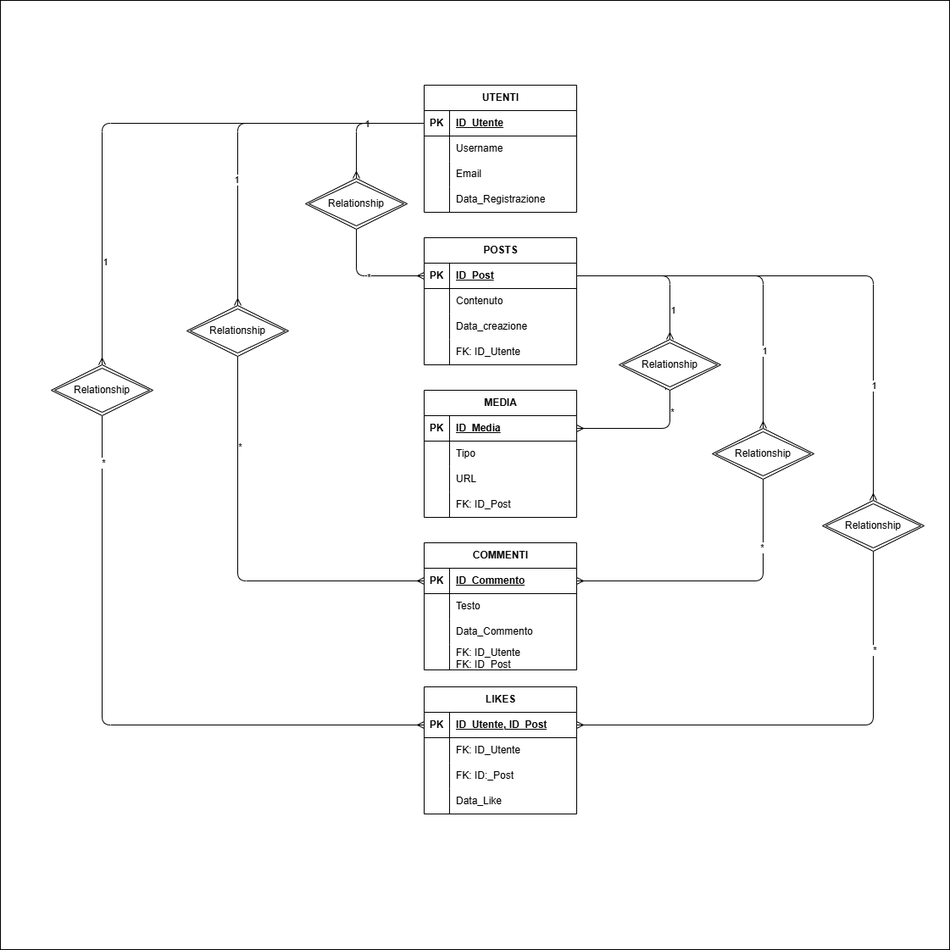
Before: diagram.png, a diagram exported from draw.io (andrealoda/db-challenge). Source tidied: cells renumbered, new cells last; positions are measured from the earlier drawing's top-left corner, leaving out a move shared by most shapes.
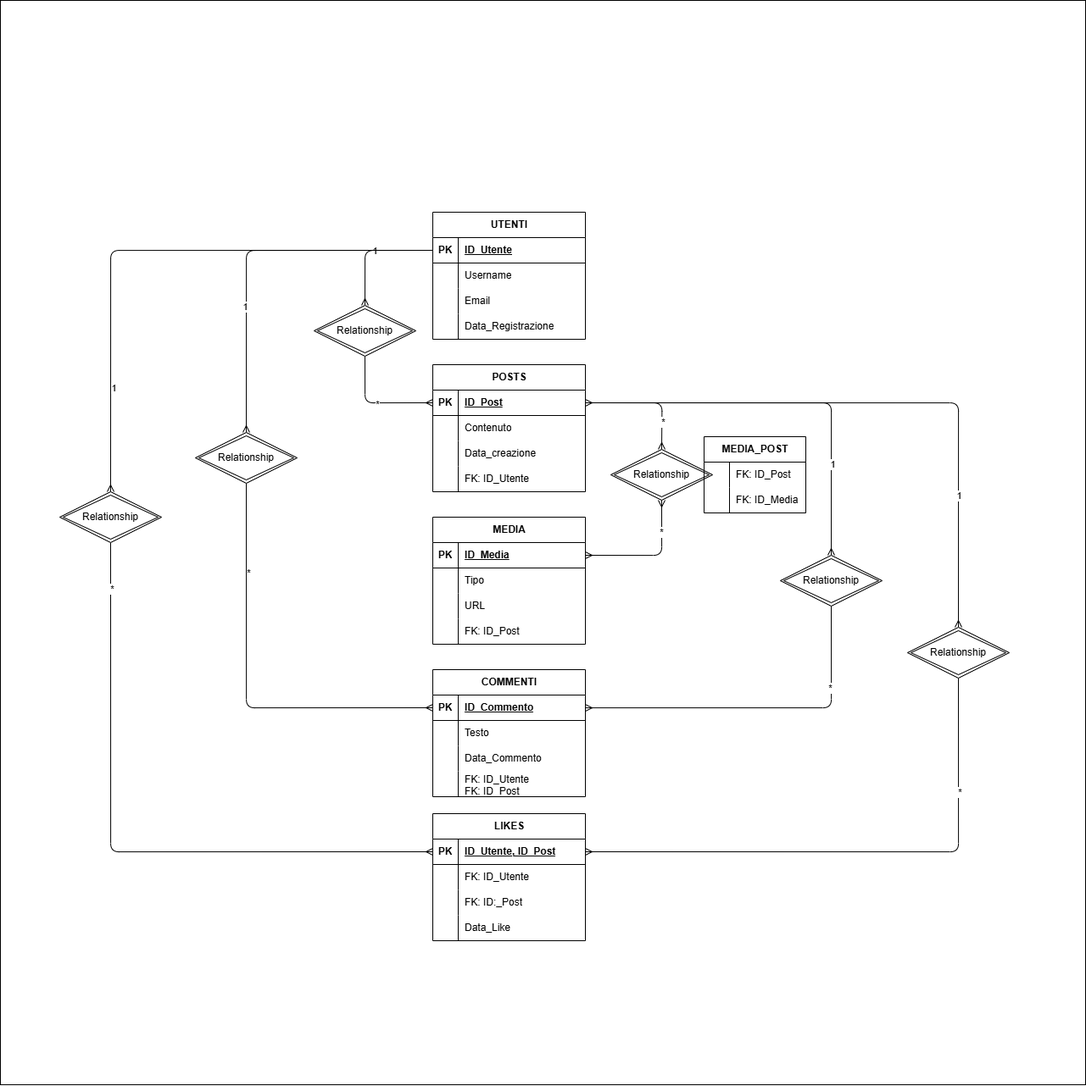
Later version of the same file.

Diff of the diagram source:
```diff
@@ -2,9 +2,9 @@
   <root>
     <mxCell id="0" />
     <mxCell id="1" parent="0" />
-    <mxCell id="2" style="whiteSpace=wrap;html=1;" parent="1" vertex="1">
-      <mxGeometry width="1120" height="1120" as="geometry" />
-    </mxCell>
+    <mxCell id="98" style="whiteSpace=wrap;html=1;" parent="1" vertex="1">
+      <mxGeometry x="-10" y="-150" width="1280" height="1280" as="geometry" />
+    </mxCell>
     <mxCell id="3" value="UTENTI" style="shape=table;startSize=30;rowLines=0;fontStyle=1;align=center;html=1;" parent="1" vertex="1">
       <mxGeometry x="500" y="100" width="180" height="150" as="geometry" />
     </mxCell>
@@ -203,7 +203,7 @@
     <mxCell id="68" style="edgeStyle=orthogonalEdgeStyle;fontSize=12;html=1;endArrow=ERmany;exitX=0.5;exitY=1;exitDx=0;exitDy=0;" parent="1" edge="1" source="94" target="43">
       <mxGeometry relative="1" as="geometry">
         <Array as="points">
-          <mxPoint x="900" y="685" />
+          <mxPoint x="970" y="685" />
         </Array>
       </mxGeometry>
     </mxCell>
@@ -213,24 +213,13 @@
     <mxCell id="70" style="edgeStyle=orthogonalEdgeStyle;fontSize=12;html=1;endArrow=ERmany;exitX=0.5;exitY=1;exitDx=0;exitDy=0;entryX=1;entryY=0.5;entryDx=0;entryDy=0;" parent="1" edge="1" source="97" target="56">
       <mxGeometry relative="1" as="geometry">
         <Array as="points">
-          <mxPoint x="1030" y="855" />
+          <mxPoint x="1120" y="855" />
         </Array>
       </mxGeometry>
     </mxCell>
     <mxCell id="71" value="*" style="edgeLabel;html=1;align=center;verticalAlign=middle;" parent="70" vertex="1">
       <mxGeometry x="-0.58" y="1" relative="1" as="geometry" />
     </mxCell>
-    <mxCell id="72" style="edgeStyle=orthogonalEdgeStyle;fontSize=12;html=1;endArrow=ERmany;exitX=0.458;exitY=0.989;exitDx=0;exitDy=0;entryX=1;entryY=0.5;entryDx=0;entryDy=0;exitPerimeter=0;" parent="1" edge="1" source="91" target="30">
-      <mxGeometry relative="1" as="geometry">
-        <Array as="points">
-          <mxPoint x="790" y="449" />
-          <mxPoint x="790" y="505" />
-        </Array>
-      </mxGeometry>
-    </mxCell>
-    <mxCell id="73" value="*" style="edgeLabel;html=1;align=center;verticalAlign=middle;" parent="72" vertex="1">
-      <mxGeometry x="-0.42" y="2" relative="1" as="geometry" />
-    </mxCell>
     <mxCell id="74" style="edgeStyle=orthogonalEdgeStyle;fontSize=12;html=1;endArrow=ERmany;exitX=0.5;exitY=1;exitDx=0;exitDy=0;entryX=0;entryY=0.5;entryDx=0;entryDy=0;" parent="1" edge="1" source="78" target="17">
       <mxGeometry relative="1" as="geometry">
         <Array as="points">
@@ -300,23 +289,10 @@
     <mxCell id="88" value="Relationship" style="shape=rhombus;double=1;perimeter=rhombusPerimeter;whiteSpace=wrap;html=1;align=center;" parent="1" vertex="1">
       <mxGeometry x="60" y="430" width="120" height="60" as="geometry" />
     </mxCell>
-    <mxCell id="89" style="edgeStyle=orthogonalEdgeStyle;fontSize=12;html=1;endArrow=ERmany;exitX=1;exitY=0.5;exitDx=0;exitDy=0;entryX=0.5;entryY=0;entryDx=0;entryDy=0;" parent="1" edge="1" source="17" target="91">
-      <mxGeometry relative="1" as="geometry">
-        <Array as="points">
-          <mxPoint x="790" y="325" />
-        </Array>
-      </mxGeometry>
-    </mxCell>
-    <mxCell id="90" value="1" style="edgeLabel;html=1;align=center;verticalAlign=middle;" parent="89" vertex="1">
-      <mxGeometry x="0.62" y="3" relative="1" as="geometry" />
-    </mxCell>
-    <mxCell id="91" value="Relationship" style="shape=rhombus;double=1;perimeter=rhombusPerimeter;whiteSpace=wrap;html=1;align=center;" parent="1" vertex="1">
-      <mxGeometry x="730" y="400" width="120" height="60" as="geometry" />
-    </mxCell>
-    <mxCell id="92" style="edgeStyle=orthogonalEdgeStyle;fontSize=12;html=1;endArrow=ERmany;exitX=1;exitY=0.5;exitDx=0;exitDy=0;" parent="1" edge="1" source="17" target="94">
+    <mxCell id="92" style="edgeStyle=orthogonalEdgeStyle;fontSize=12;html=1;endArrow=ERmany;exitX=1;exitY=0.5;exitDx=0;exitDy=0;entryX=0.5;entryY=0;entryDx=0;entryDy=0;" parent="1" edge="1" source="17" target="94">
       <mxGeometry relative="1" as="geometry">
         <Array as="points">
-          <mxPoint x="900" y="325" />
+          <mxPoint x="970" y="325" />
         </Array>
       </mxGeometry>
     </mxCell>
@@ -324,12 +300,12 @@
       <mxGeometry x="0.54" y="1" relative="1" as="geometry" />
     </mxCell>
     <mxCell id="94" value="Relationship" style="shape=rhombus;double=1;perimeter=rhombusPerimeter;whiteSpace=wrap;html=1;align=center;" parent="1" vertex="1">
-      <mxGeometry x="840" y="505" width="120" height="60" as="geometry" />
+      <mxGeometry x="910" y="505" width="120" height="60" as="geometry" />
     </mxCell>
     <mxCell id="95" style="edgeStyle=orthogonalEdgeStyle;fontSize=12;html=1;endArrow=ERmany;exitX=1;exitY=0.5;exitDx=0;exitDy=0;entryX=0.5;entryY=0;entryDx=0;entryDy=0;" parent="1" edge="1" source="17" target="97">
       <mxGeometry relative="1" as="geometry">
         <Array as="points">
-          <mxPoint x="1030" y="325" />
+          <mxPoint x="1120" y="325" />
         </Array>
       </mxGeometry>
     </mxCell>
@@ -337,7 +313,45 @@
       <mxGeometry x="0.56" relative="1" as="geometry" />
     </mxCell>
     <mxCell id="97" value="Relationship" style="shape=rhombus;double=1;perimeter=rhombusPerimeter;whiteSpace=wrap;html=1;align=center;" parent="1" vertex="1">
-      <mxGeometry x="970" y="590" width="120" height="60" as="geometry" />
+      <mxGeometry x="1060" y="590" width="120" height="60" as="geometry" />
     </mxCell>
+    <mxCell id="99" style="edgeStyle=orthogonalEdgeStyle;fontSize=12;html=1;endArrow=ERmany;startArrow=ERmany;entryX=1;entryY=0.5;entryDx=0;entryDy=0;" parent="1" edge="1" target="17">
+      <mxGeometry relative="1" as="geometry">
+        <mxPoint x="770" y="380" as="sourcePoint" />
+      </mxGeometry>
+    </mxCell>
+    <mxCell id="100" value="*" style="edgeLabel;html=1;align=center;verticalAlign=middle;" parent="99" vertex="1">
+      <mxGeometry x="-0.54" y="-1" relative="1" as="geometry" />
+    </mxCell>
+    <mxCell id="91" value="Relationship" style="shape=rhombus;double=1;perimeter=rhombusPerimeter;whiteSpace=wrap;html=1;align=center;" parent="1" vertex="1">
+      <mxGeometry x="710" y="380" width="120" height="60" as="geometry" />
+    </mxCell>
+    <mxCell id="101" style="edgeStyle=orthogonalEdgeStyle;fontSize=12;html=1;endArrow=ERmany;startArrow=ERmany;entryX=0.5;entryY=1;entryDx=0;entryDy=0;exitX=1;exitY=0.5;exitDx=0;exitDy=0;" parent="1" edge="1" source="30" target="91">
+      <mxGeometry relative="1" as="geometry" />
+    </mxCell>
+    <mxCell id="102" value="*" style="edgeLabel;html=1;align=center;verticalAlign=middle;" parent="101" vertex="1">
+      <mxGeometry x="0.52" y="1" relative="1" as="geometry" />
+    </mxCell>
+    <mxCell id="103" value="MEDIA_POST" style="shape=table;startSize=30;rowLines=0;fontStyle=1;align=center;html=1;" parent="1" vertex="1">
+      <mxGeometry x="820" y="365" width="120" height="90" as="geometry" />
+    </mxCell>
+    <mxCell id="104" style="shape=tableRow;horizontal=0;startSize=0;swimlaneHead=0;swimlaneBody=0;fillColor=none;top=0;left=0;right=0;bottom=0;" parent="103" vertex="1">
+      <mxGeometry y="30" width="120" height="30" as="geometry" />
+    </mxCell>
+    <mxCell id="105" style="shape=partialRectangle;fillColor=none;top=0;left=0;bottom=0;right=0;overflow=hidden;whiteSpace=wrap;html=1;" parent="104" vertex="1">
+      <mxGeometry width="30" height="30" as="geometry" />
+    </mxCell>
+    <mxCell id="106" value="FK: ID_Post" style="shape=partialRectangle;fillColor=none;top=0;left=0;bottom=0;right=0;align=left;spacingLeft=6;overflow=hidden;whiteSpace=wrap;html=1;" parent="104" vertex="1">
+      <mxGeometry x="30" width="90" height="30" as="geometry" />
+    </mxCell>
+    <mxCell id="107" style="shape=tableRow;horizontal=0;startSize=0;swimlaneHead=0;swimlaneBody=0;fillColor=none;top=0;left=0;right=0;bottom=0;" parent="103" vertex="1">
+      <mxGeometry y="60" width="120" height="30" as="geometry" />
+    </mxCell>
+    <mxCell id="108" style="shape=partialRectangle;fillColor=none;top=0;left=0;bottom=0;right=0;overflow=hidden;whiteSpace=wrap;html=1;" parent="107" vertex="1">
+      <mxGeometry width="30" height="30" as="geometry" />
+    </mxCell>
+    <mxCell id="109" value="FK: ID_Media" style="shape=partialRectangle;fillColor=none;top=0;left=0;bottom=0;right=0;align=left;spacingLeft=6;overflow=hidden;whiteSpace=wrap;html=1;" parent="107" vertex="1">
+      <mxGeometry x="30" width="90" height="30" as="geometry" />
+    </mxCell>
   </root>
 </mxGraphModel>
```
